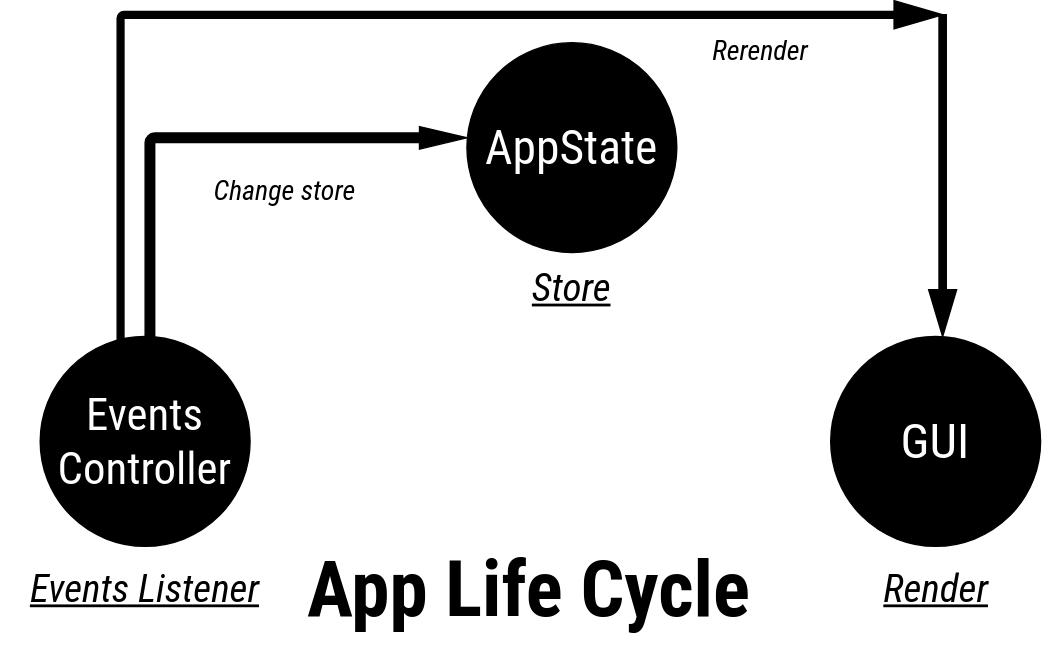
Earlier version of the draw.io export 1 year - File manager/file-manager/app-scheme.svg (user-of-github/BSUIR_course-projects). Source tidied: cells renumbered, new cells last; positions are measured from the earlier drawing's top-left corner, leaving out a move shared by most shapes.
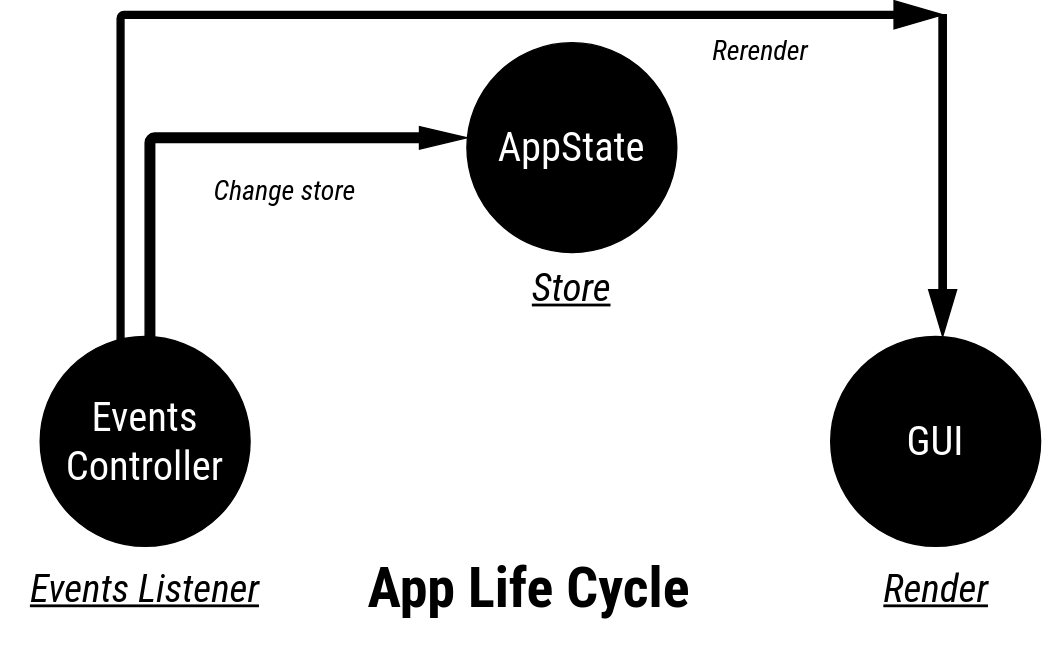
Later version of the same file.

Commit message:
Updated app-scheme

What changed in the source:
```diff
@@ -8,13 +8,13 @@
     <mxCell id="3" style="verticalLabelPosition=bottom;verticalAlign=top;html=1;shape=mxgraph.flowchart.on-page_reference;labelBackgroundColor=#000000;fillColor=#000000;" parent="1" vertex="1">
       <mxGeometry x="333" y="30" width="150" height="150" as="geometry" />
     </mxCell>
-    <mxCell id="4" value="&lt;font style=&quot;font-size: 34px&quot;&gt;AppState&lt;/font&gt;" style="text;html=1;strokeColor=none;fillColor=none;align=center;verticalAlign=middle;whiteSpace=wrap;rounded=0;fontStyle=0;fontFamily=Roboto Condensed;fontColor=#FFFFFF;" parent="1" vertex="1">
+    <mxCell id="4" value="&lt;font style=&quot;font-size: 29px;&quot;&gt;AppState&lt;/font&gt;" style="text;html=1;strokeColor=none;fillColor=none;align=center;verticalAlign=middle;whiteSpace=wrap;rounded=0;fontStyle=0;fontFamily=Roboto Condensed;fontColor=#FFFFFF;fontSize=29;" parent="1" vertex="1">
       <mxGeometry x="318" y="75" width="180" height="60" as="geometry" />
     </mxCell>
     <mxCell id="5" style="verticalLabelPosition=bottom;verticalAlign=top;html=1;shape=mxgraph.flowchart.on-page_reference;labelBackgroundColor=#000000;fillColor=#000000;" parent="1" vertex="1">
       <mxGeometry x="593" y="240" width="150" height="150" as="geometry" />
     </mxCell>
-    <mxCell id="6" value="&lt;font style=&quot;font-size: 35px&quot;&gt;GUI&lt;/font&gt;" style="text;html=1;align=center;verticalAlign=middle;whiteSpace=wrap;rounded=0;fontStyle=0;fontFamily=Roboto Condensed;labelBackgroundColor=none;fontColor=#FFFFFF;" parent="1" vertex="1">
+    <mxCell id="6" value="&lt;font style=&quot;font-size: 29px;&quot;&gt;GUI&lt;/font&gt;" style="text;html=1;align=center;verticalAlign=middle;whiteSpace=wrap;rounded=0;fontStyle=0;fontFamily=Roboto Condensed;labelBackgroundColor=none;fontColor=#FFFFFF;fontSize=29;" parent="1" vertex="1">
       <mxGeometry x="578" y="285" width="180" height="60" as="geometry" />
     </mxCell>
     <mxCell id="7" style="html=1;shadow=0;dashed=0;align=center;verticalAlign=middle;shape=mxgraph.arrows2.arrow;dy=0.74;dx=33.52;direction=south;notch=0;fillColor=#000000;" parent="1" vertex="1">
@@ -26,10 +26,10 @@
     <mxCell id="9" style="verticalLabelPosition=bottom;verticalAlign=top;html=1;shape=mxgraph.flowchart.on-page_reference;fillColor=#000000;" parent="1" vertex="1">
       <mxGeometry x="28" y="240" width="150" height="150" as="geometry" />
     </mxCell>
-    <mxCell id="10" value="&lt;font style=&quot;font-size: 32px;&quot;&gt;Events&lt;br style=&quot;font-size: 32px;&quot;&gt;Controller&lt;/font&gt;" style="text;html=1;strokeColor=none;fillColor=none;align=center;verticalAlign=middle;whiteSpace=wrap;rounded=0;fontStyle=0;fontFamily=Roboto Condensed;fontSize=32;fontColor=#FFFFFF;" parent="1" vertex="1">
+    <mxCell id="10" value="&lt;font style=&quot;font-size: 29px;&quot;&gt;Events&lt;br style=&quot;font-size: 29px;&quot;&gt;Controller&lt;/font&gt;" style="text;html=1;strokeColor=none;fillColor=none;align=center;verticalAlign=middle;whiteSpace=wrap;rounded=0;fontStyle=0;fontFamily=Roboto Condensed;fontSize=29;fontColor=#FFFFFF;" parent="1" vertex="1">
       <mxGeometry x="13" y="285" width="180" height="60" as="geometry" />
     </mxCell>
-    <mxCell id="11" value="&lt;font style=&quot;font-size: 55px&quot;&gt;App Life Cycle&lt;/font&gt;" style="text;html=1;strokeColor=none;fillColor=none;align=center;verticalAlign=middle;whiteSpace=wrap;rounded=0;fontFamily=Roboto Condensed;fontSize=49;fontStyle=1;fontSource=https%3A%2F%2Ffonts.googleapis.com%2Fcss%3Ffamily%3DRoboto%2BCondensed;horizontal=1;" parent="1" vertex="1">
+    <mxCell id="11" value="&lt;font style=&quot;font-size: 40px;&quot;&gt;App Life Cycle&lt;/font&gt;" style="text;html=1;strokeColor=none;fillColor=none;align=center;verticalAlign=middle;whiteSpace=wrap;rounded=0;fontFamily=Roboto Condensed;fontSize=40;fontStyle=1;fontSource=https%3A%2F%2Ffonts.googleapis.com%2Fcss%3Ffamily%3DRoboto%2BCondensed;horizontal=1;" parent="1" vertex="1">
       <mxGeometry x="201" y="380" width="353" height="80" as="geometry" />
     </mxCell>
     <mxCell id="12" value="&lt;font style=&quot;font-size: 28px;&quot;&gt;&lt;i style=&quot;font-size: 28px;&quot;&gt;Store&lt;/i&gt;&lt;/font&gt;" style="text;html=1;align=center;verticalAlign=middle;whiteSpace=wrap;rounded=0;fontFamily=Roboto Condensed;fontSize=28;fontStyle=4;" parent="1" vertex="1">
```
